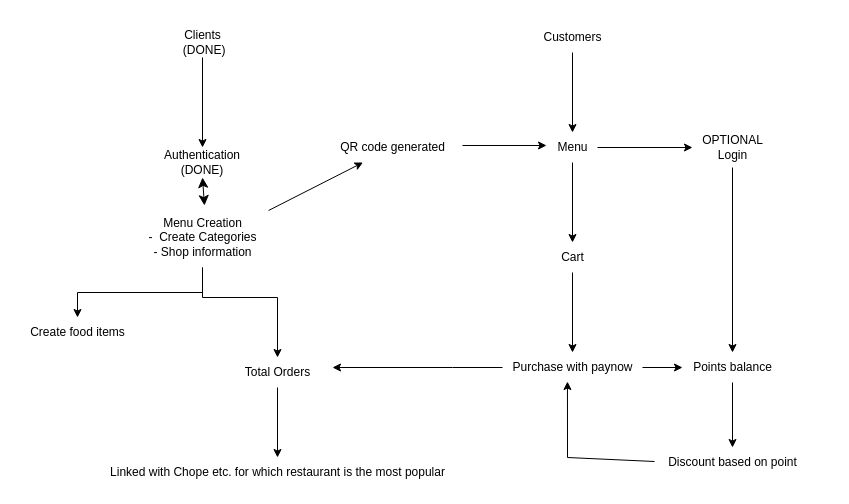
vrsb99/IEEE keeps this draw.io diagram as Plan.drawio. Above is the earlier version. Source tidied: cells renumbered, new cells numbered last; positions are measured from the earlier drawing's top-left corner, leaving out a move shared by most shapes. Both pictures are drawn from the tidied source at 100%, with x=0, y=0 at pixel (17, 22).
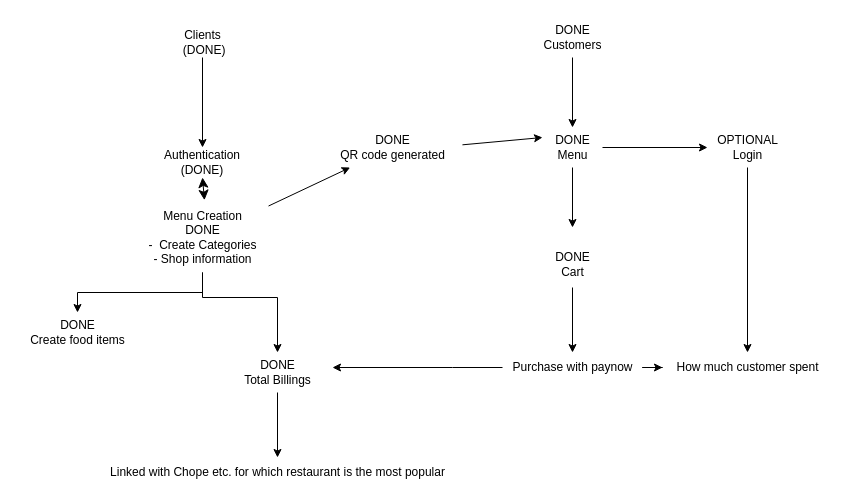
Above is the later version.

The change refers to these unchanged cells:
```xml
<mxCell id="29" value="Purchase with paynow" style="text;html=1;align=center;verticalAlign=middle;points=[];strokeColor=none;fillColor=none;" parent="1" vertex="1">
  <mxGeometry x="485" y="330" width="140" height="30" as="geometry" />
</mxCell>
```

Change to the diagram source:
```diff
@@
-    <mxCell id="7" value="&lt;div&gt;Menu Creation&lt;/div&gt;&lt;div&gt;-&amp;nbsp; Create Categories&lt;/div&gt;&lt;div&gt;- Shop information&lt;/div&gt;" style="text;html=1;align=center;verticalAlign=middle;points=[];strokeColor=none;fillColor=none;" parent="1" vertex="1">
-      <mxGeometry x="120" y="185" width="130" height="60" as="geometry" />
+    <mxCell id="7" value="&lt;div&gt;Menu Creation&lt;/div&gt;&lt;div&gt;DONE&lt;br&gt;&lt;/div&gt;&lt;div&gt;-&amp;nbsp; Create Categories&lt;/div&gt;&lt;div&gt;- Shop information&lt;/div&gt;" style="text;html=1;align=center;verticalAlign=middle;points=[];strokeColor=none;fillColor=none;" parent="1" vertex="1">
+      <mxGeometry x="120" y="180" width="130" height="70" as="geometry" />
     </mxCell>
@@
-    <mxCell id="9" value="Create food items" style="text;html=1;align=center;verticalAlign=middle;points=[];strokeColor=none;fillColor=none;" parent="1" vertex="1">
-      <mxGeometry y="295" width="120" height="30" as="geometry" />
+    <mxCell id="9" value="&lt;div&gt;DONE&lt;br&gt;&lt;/div&gt;&lt;div&gt;Create food items&lt;/div&gt;" style="text;html=1;align=center;verticalAlign=middle;points=[];strokeColor=none;fillColor=none;" parent="1" vertex="1">
+      <mxGeometry y="290" width="120" height="40" as="geometry" />
     </mxCell>
@@
-    <mxCell id="11" value="&lt;div&gt;Customers&lt;/div&gt;" style="text;html=1;align=center;verticalAlign=middle;points=[];strokeColor=none;fillColor=none;" parent="1" vertex="1">
-      <mxGeometry x="515" width="80" height="30" as="geometry" />
+    <mxCell id="11" value="&lt;div&gt;DONE&lt;br&gt;&lt;/div&gt;&lt;div&gt;Customers&lt;/div&gt;" style="text;html=1;align=center;verticalAlign=middle;points=[];strokeColor=none;fillColor=none;" parent="1" vertex="1">
+      <mxGeometry x="515" y="-5" width="80" height="40" as="geometry" />
     </mxCell>
@@
-    <mxCell id="14" value="&lt;div&gt;Menu&lt;/div&gt;" style="text;html=1;align=center;verticalAlign=middle;points=[];strokeColor=none;fillColor=none;" parent="1" vertex="1">
-      <mxGeometry x="530" y="110" width="50" height="30" as="geometry" />
+    <mxCell id="14" value="&lt;div&gt;DONE&lt;br&gt;&lt;/div&gt;&lt;div&gt;Menu&lt;/div&gt;" style="text;html=1;align=center;verticalAlign=middle;points=[];strokeColor=none;fillColor=none;" parent="1" vertex="1">
+      <mxGeometry x="525" y="105" width="60" height="40" as="geometry" />
     </mxCell>
@@
-    <mxCell id="16" value="&lt;div&gt;Cart&lt;/div&gt;" style="text;html=1;align=center;verticalAlign=middle;points=[];strokeColor=none;fillColor=none;" parent="1" vertex="1">
-      <mxGeometry x="530" y="220" width="50" height="30" as="geometry" />
+    <mxCell id="16" value="&lt;div&gt;&lt;br&gt;&lt;/div&gt;&lt;div&gt;DONE&lt;br&gt;&lt;/div&gt;&lt;div&gt;Cart&lt;/div&gt;" style="text;html=1;align=center;verticalAlign=middle;points=[];strokeColor=none;fillColor=none;" parent="1" vertex="1">
+      <mxGeometry x="525" y="205" width="60" height="60" as="geometry" />
     </mxCell>
-    <mxCell id="17" value="QR code generated" style="text;html=1;align=center;verticalAlign=middle;points=[];strokeColor=none;fillColor=none;" parent="1" vertex="1">
-      <mxGeometry x="310" y="110" width="130" height="30" as="geometry" />
+    <mxCell id="17" value="&lt;div&gt;DONE&lt;br&gt;&lt;/div&gt;&lt;div&gt;QR code generated&lt;/div&gt;" style="text;html=1;align=center;verticalAlign=middle;points=[];strokeColor=none;fillColor=none;" parent="1" vertex="1">
+      <mxGeometry x="310" y="105" width="130" height="40" as="geometry" />
     </mxCell>
@@
-    <mxCell id="19" style="endArrow=classic;html=1;rounded=0;exitX=1.038;exitY=0.433;exitDx=0;exitDy=0;exitPerimeter=0;entryX=-0.02;entryY=0.433;entryDx=0;entryDy=0;entryPerimeter=0;" parent="1" edge="1" source="17" target="14">
-      <mxGeometry relative="1" as="geometry" />
+    <mxCell id="19" style="endArrow=classic;html=1;rounded=0;exitX=1.038;exitY=0.433;exitDx=0;exitDy=0;exitPerimeter=0;" parent="1" edge="1" source="17">
+      <mxGeometry relative="1" as="geometry">
+        <mxPoint x="525" y="115" as="targetPoint" />
+      </mxGeometry>
     </mxCell>
@@
     <mxCell id="21" value="&lt;div&gt;OPTIONAL&lt;/div&gt;&lt;div&gt;Login&lt;/div&gt;" style="text;html=1;align=center;verticalAlign=middle;points=[];strokeColor=none;fillColor=none;" parent="1" vertex="1">
-      <mxGeometry x="675" y="105" width="80" height="40" as="geometry" />
+      <mxGeometry x="690" y="105" width="80" height="40" as="geometry" />
     </mxCell>
-    <mxCell id="22" style="edgeStyle=orthogonalEdgeStyle;rounded=0;jettySize=auto;html=1;" parent="1" edge="1" source="23" target="30">
-      <mxGeometry relative="1" as="geometry" />
-    </mxCell>
-    <mxCell id="23" value="Points balance" style="text;html=1;align=center;verticalAlign=middle;points=[];strokeColor=none;fillColor=none;" parent="1" vertex="1">
-      <mxGeometry x="665" y="330" width="100" height="30" as="geometry" />
+    <mxCell id="23" value="How much customer spent" style="text;html=1;align=center;verticalAlign=middle;points=[];strokeColor=none;fillColor=none;" parent="1" vertex="1">
+      <mxGeometry x="645" y="330" width="170" height="30" as="geometry" />
     </mxCell>
@@
-    <mxCell id="26" value="Total Orders" style="text;html=1;align=center;verticalAlign=middle;points=[];strokeColor=none;fillColor=none;" parent="1" vertex="1">
-      <mxGeometry x="215" y="335" width="90" height="30" as="geometry" />
+    <mxCell id="26" value="DONE&lt;br&gt;&lt;div&gt;Total Billings&lt;/div&gt;" style="text;html=1;align=center;verticalAlign=middle;points=[];strokeColor=none;fillColor=none;" parent="1" vertex="1">
+      <mxGeometry x="215" y="330" width="90" height="40" as="geometry" />
     </mxCell>
@@
-    <mxCell id="30" value="Discount based on point" style="text;html=1;align=center;verticalAlign=middle;points=[];strokeColor=none;fillColor=none;" parent="1" vertex="1">
-      <mxGeometry x="640" y="425" width="150" height="30" as="geometry" />
-    </mxCell>
-    <mxCell id="31" style="endArrow=classic;html=1;rounded=0;exitX=-0.02;exitY=0.467;exitDx=0;exitDy=0;exitPerimeter=0;entryX=0.464;entryY=0.967;entryDx=0;entryDy=0;entryPerimeter=0;" parent="1" edge="1" source="30" target="29">
-      <mxGeometry relative="1" as="geometry">
-        <Array as="points">
-          <mxPoint x="550" y="435" />
-        </Array>
-      </mxGeometry>
-    </mxCell>
```
